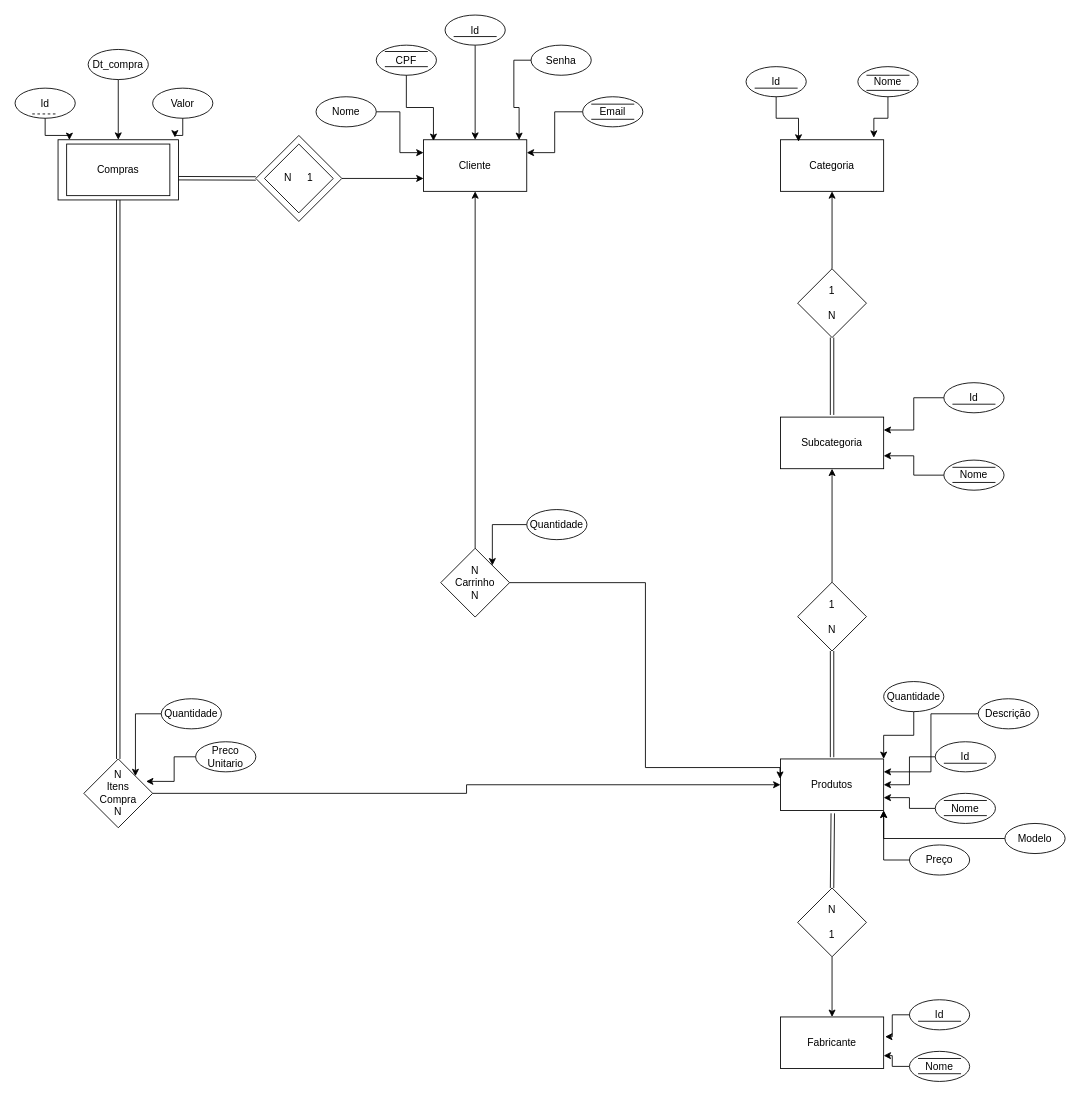
The draw.io diagram docs/LojaHardware.drawio in LiloMarino/LojaHardware, before the edit. Source tidied: cells renumbered, new cells numbered last; positions are measured from the earlier drawing's top-left corner, leaving out a move shared by most shapes. Both pictures are drawn from the tidied source at 86%, with x=0, y=0 at pixel (15, 15).
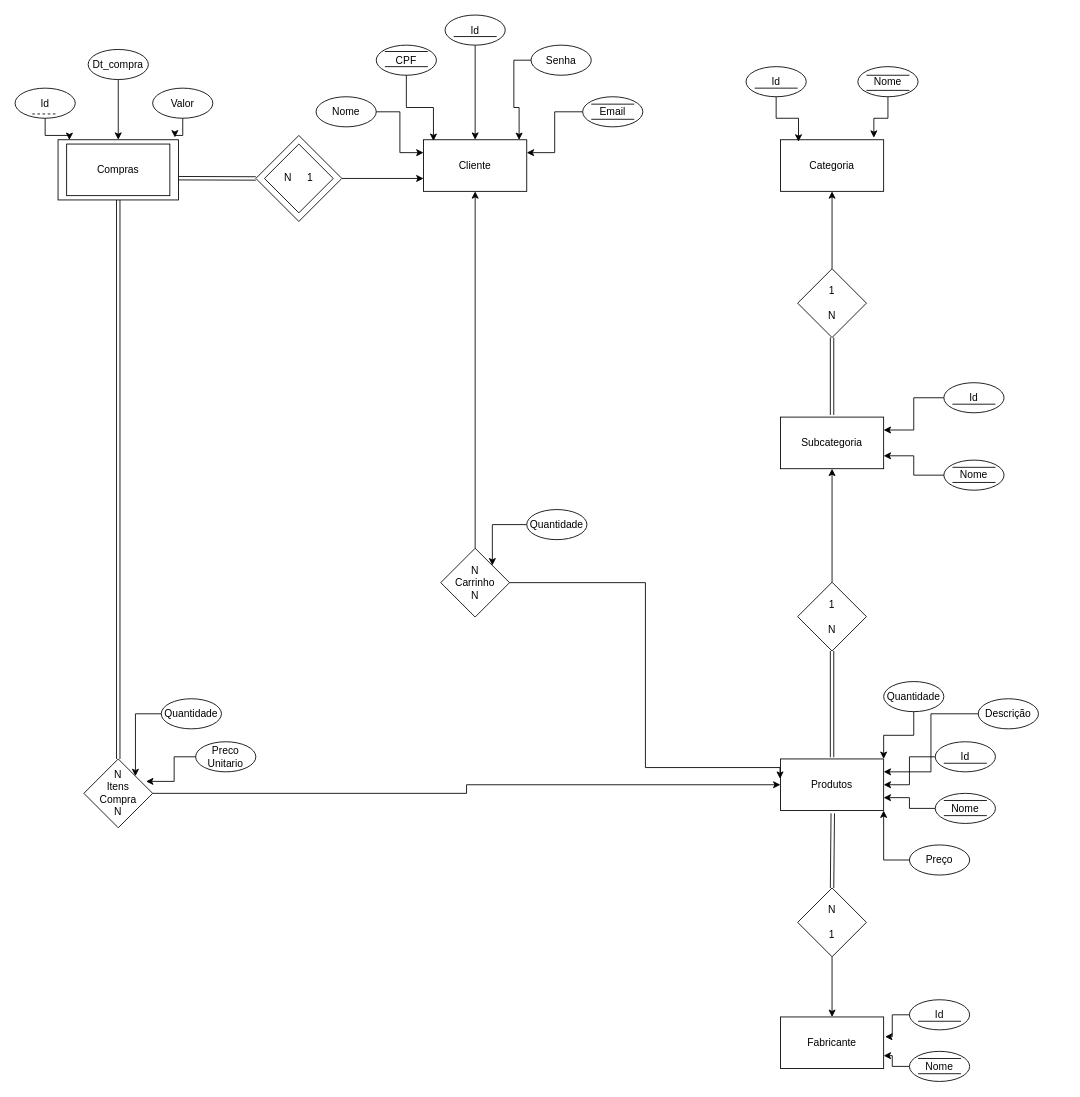
The same diagram, later.

Commit message:
docs: :memo: Corrigido uma entidade

Unchanged cells that the change refers to:
```xml
<mxCell id="32" value="Produtos" style="rounded=0;whiteSpace=wrap;html=1;" parent="1" vertex="1">
  <mxGeometry x="890" y="865" width="120" height="60" as="geometry" />
</mxCell>
```

What changed in the source:
```diff
@@
-    <mxCell id="42" style="edgeStyle=orthogonalEdgeStyle;rounded=0;jettySize=auto;html=1;entryX=1;entryY=1;entryDx=0;entryDy=0;" parent="1" edge="1" source="43" target="32">
-      <mxGeometry relative="1" as="geometry" />
-    </mxCell>
-    <mxCell id="43" value="Modelo" style="ellipse;whiteSpace=wrap;html=1;" parent="1" vertex="1">
-      <mxGeometry x="1151" y="940" width="70" height="35" as="geometry" />
-    </mxCell>
```
